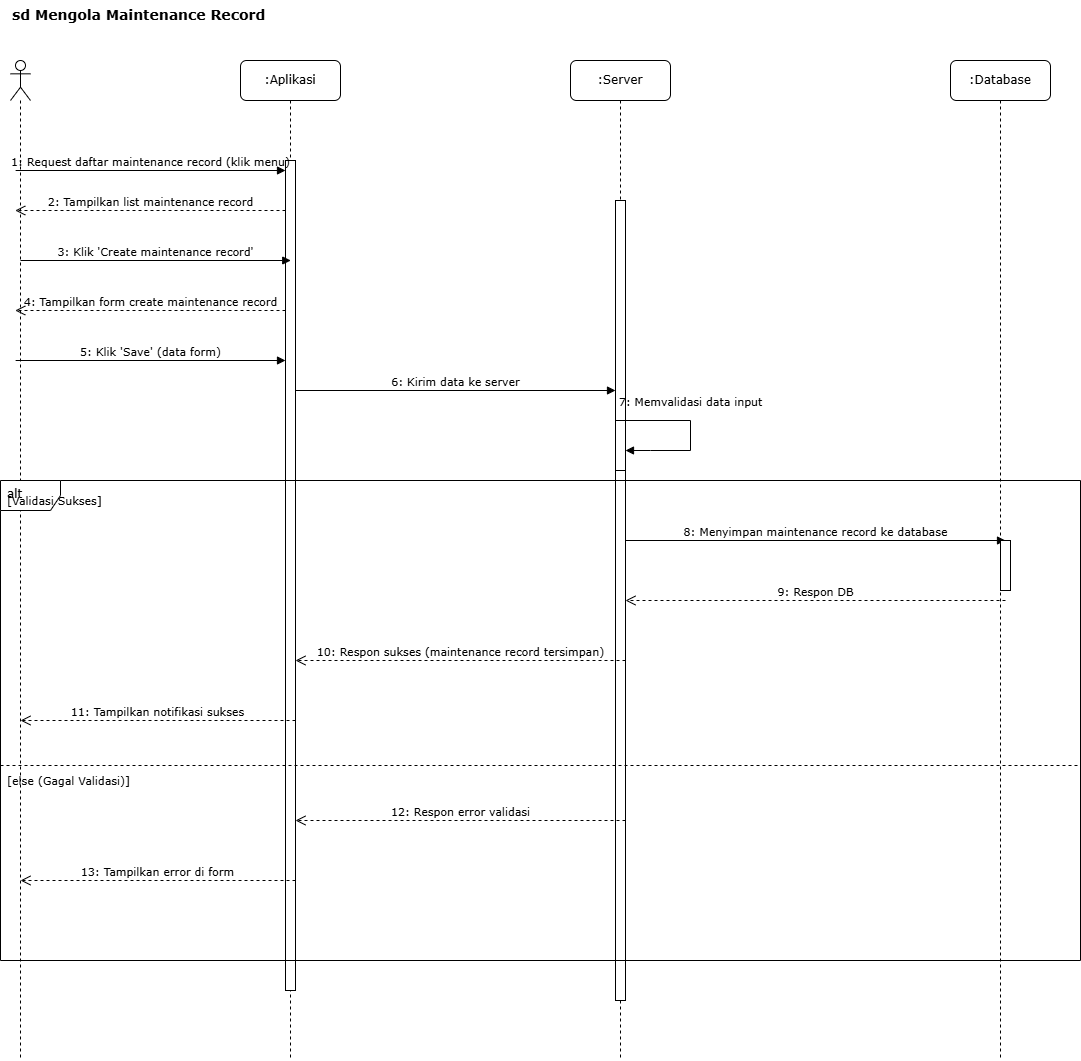
Before: Diagram/sequence-diagram-skripsi-membuat-catatan-maintenance.drawio.png, a diagram exported from draw.io (Rizz404/SKRIPSI_V2). Source tidied: cells renumbered, new cells last; positions are measured from the earlier drawing's top-left corner, leaving out a move shared by most shapes.
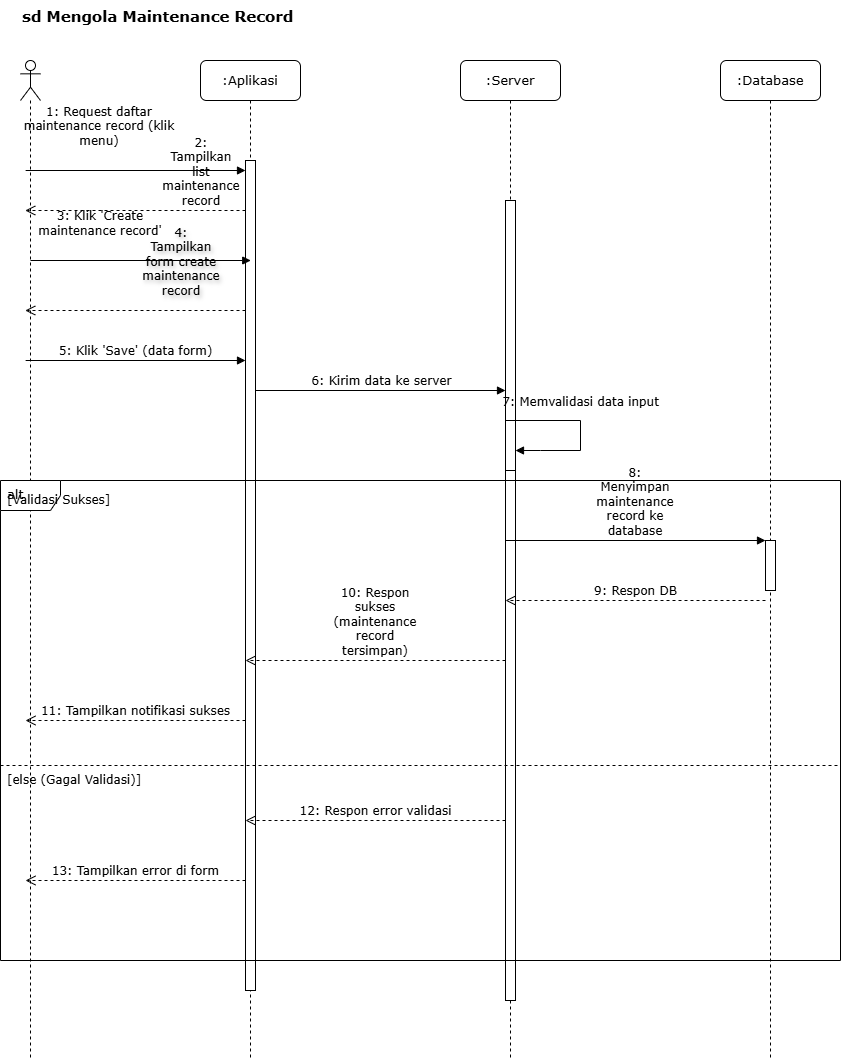
After the change.

Change to the diagram source:
```diff
@@ -2,128 +2,128 @@
   <root>
     <mxCell id="0" />
     <mxCell id="1" parent="0" />
-    <mxCell id="2" value="sd Mengola Maintenance Record" style="text;html=1;strokeColor=none;fillColor=none;align=left;verticalAlign=top;whiteSpace=wrap;rounded=0;fontFamily=Verdana;fontSize=14;fontStyle=1;" parent="1" vertex="1">
-      <mxGeometry x="10" width="500" height="30" as="geometry" />
+    <mxCell id="2" value="sd Mengola Maintenance Record" style="text;html=1;strokeColor=none;fillColor=none;align=left;verticalAlign=top;whiteSpace=wrap;rounded=0;fontFamily=Verdana;fontSize=15;fontStyle=1;" parent="1" vertex="1">
+      <mxGeometry x="-70" width="500" height="30" as="geometry" />
     </mxCell>
     <mxCell id="3" style="shape=umlLifeline;perimeter=lifelinePerimeter;whiteSpace=wrap;html=1;newEdgeStyle={&quot;curved&quot;:0,&quot;rounded&quot;:0};participant=umlActor;" parent="1" vertex="1">
-      <mxGeometry x="10" y="60" width="20" height="1000" as="geometry" />
+      <mxGeometry x="-70" y="60" width="20" height="1000" as="geometry" />
     </mxCell>
-    <mxCell id="4" value=":Aplikasi" style="shape=umlLifeline;perimeter=lifelinePerimeter;whiteSpace=wrap;html=1;rounded=1;shadow=0;comic=0;labelBackgroundColor=none;strokeWidth=1;fontFamily=Verdana;fontSize=12;align=center;" parent="1" vertex="1">
-      <mxGeometry x="240" y="60" width="100" height="1000" as="geometry" />
+    <mxCell id="4" value=":Aplikasi" style="shape=umlLifeline;perimeter=lifelinePerimeter;whiteSpace=wrap;html=1;rounded=1;shadow=0;comic=0;labelBackgroundColor=none;strokeWidth=1;fontFamily=Verdana;fontSize=13;align=center;" parent="1" vertex="1">
+      <mxGeometry x="110" y="60" width="100" height="1000" as="geometry" />
     </mxCell>
-    <mxCell id="5" value=":Server" style="shape=umlLifeline;perimeter=lifelinePerimeter;whiteSpace=wrap;html=1;rounded=1;shadow=0;comic=0;labelBackgroundColor=none;strokeWidth=1;fontFamily=Verdana;fontSize=12;align=center;" parent="1" vertex="1">
-      <mxGeometry x="570" y="60" width="100" height="1000" as="geometry" />
+    <mxCell id="5" value=":Server" style="shape=umlLifeline;perimeter=lifelinePerimeter;whiteSpace=wrap;html=1;rounded=1;shadow=0;comic=0;labelBackgroundColor=none;strokeWidth=1;fontFamily=Verdana;fontSize=13;align=center;" parent="1" vertex="1">
+      <mxGeometry x="370" y="60" width="100" height="1000" as="geometry" />
     </mxCell>
     <mxCell id="6" style="html=1;perimeter=orthogonalPerimeter;fillColor=#ffffff;strokeColor=#000000;strokeWidth=1;" parent="5" vertex="1">
       <mxGeometry x="45" y="140" width="10" height="800" as="geometry" />
     </mxCell>
-    <mxCell id="7" value=":Database" style="shape=umlLifeline;perimeter=lifelinePerimeter;whiteSpace=wrap;html=1;rounded=1;shadow=0;comic=0;labelBackgroundColor=none;strokeWidth=1;fontFamily=Verdana;fontSize=12;align=center;" parent="1" vertex="1">
-      <mxGeometry x="950" y="60" width="100" height="1000" as="geometry" />
+    <mxCell id="7" value=":Database" style="shape=umlLifeline;perimeter=lifelinePerimeter;whiteSpace=wrap;html=1;rounded=1;shadow=0;comic=0;labelBackgroundColor=none;strokeWidth=1;fontFamily=Verdana;fontSize=13;align=center;" parent="1" vertex="1">
+      <mxGeometry x="630" y="60" width="100" height="1000" as="geometry" />
     </mxCell>
     <mxCell id="8" style="html=1;perimeter=orthogonalPerimeter;fillColor=#ffffff;strokeColor=#000000;strokeWidth=1;" parent="1" vertex="1">
-      <mxGeometry x="285" y="160" width="10" height="830" as="geometry" />
+      <mxGeometry x="155" y="160" width="10" height="830" as="geometry" />
     </mxCell>
-    <mxCell id="9" value="1: Request daftar maintenance record (klik menu)" style="html=1;verticalAlign=bottom;labelBackgroundColor=none;endArrow=block;rounded=0;fontFamily=Verdana;fontSize=11;" parent="1" edge="1">
-      <mxGeometry relative="1" as="geometry">
-        <mxPoint x="15.1" y="170" as="sourcePoint" />
-        <mxPoint x="285" y="170" as="targetPoint" />
+    <mxCell id="9" value="1: Request daftar maintenance record (klik menu)" style="html=1;verticalAlign=bottom;labelBackgroundColor=none;endArrow=block;rounded=0;fontFamily=Verdana;fontSize=12;whiteSpace=wrap;" parent="1" edge="1">
+      <mxGeometry x="-0.32" y="20" relative="1" as="geometry">
+        <mxPoint x="-64.9" y="170" as="sourcePoint" />
+        <mxPoint x="155" y="170" as="targetPoint" />
       </mxGeometry>
     </mxCell>
-    <mxCell id="10" value="2: Tampilkan list maintenance record" style="html=1;verticalAlign=bottom;endArrow=open;dashed=1;endSize=8;labelBackgroundColor=none;fontFamily=Verdana;fontSize=11;" parent="1" edge="1">
-      <mxGeometry relative="1" as="geometry">
-        <mxPoint x="285" y="210" as="sourcePoint" />
-        <mxPoint x="14.8" y="210" as="targetPoint" />
+    <mxCell id="10" value="2: Tampilkan list maintenance record" style="html=1;verticalAlign=bottom;endArrow=open;dashed=1;endSize=8;labelBackgroundColor=none;fontFamily=Verdana;fontSize=12;whiteSpace=wrap;" parent="1" edge="1">
+      <mxGeometry x="-0.59" relative="1" as="geometry">
+        <mxPoint x="155" y="210" as="sourcePoint" />
+        <mxPoint x="-65.2" y="210" as="targetPoint" />
       </mxGeometry>
     </mxCell>
-    <mxCell id="11" value="3: Klik 'Create maintenance record'" style="html=1;verticalAlign=bottom;labelBackgroundColor=none;endArrow=block;rounded=0;fontFamily=Verdana;fontSize=11;" parent="1" edge="1">
-      <mxGeometry relative="1" as="geometry">
-        <mxPoint x="20" y="260" as="sourcePoint" />
-        <mxPoint x="290.2" y="260" as="targetPoint" />
+    <mxCell id="11" value="3: Klik 'Create maintenance record'" style="html=1;verticalAlign=bottom;labelBackgroundColor=none;endArrow=block;rounded=0;fontFamily=Verdana;fontSize=12;whiteSpace=wrap;" parent="1" edge="1">
+      <mxGeometry x="-0.36" y="20" relative="1" as="geometry">
+        <mxPoint x="-60" y="260" as="sourcePoint" />
+        <mxPoint x="160.2" y="260" as="targetPoint" />
       </mxGeometry>
     </mxCell>
-    <mxCell id="12" value="4: Tampilkan form create maintenance record" style="html=1;verticalAlign=bottom;endArrow=open;dashed=1;endSize=8;labelBackgroundColor=none;fontFamily=Verdana;fontSize=11;" parent="1" edge="1">
-      <mxGeometry relative="1" as="geometry">
-        <mxPoint x="285" y="310" as="sourcePoint" />
-        <mxPoint x="14.8" y="310" as="targetPoint" />
+    <mxCell id="12" value="4: Tampilkan form create maintenance record" style="html=1;verticalAlign=bottom;endArrow=open;dashed=1;endSize=8;labelBackgroundColor=none;fontFamily=Verdana;fontSize=12;whiteSpace=wrap;textShadow=1;" parent="1" edge="1">
+      <mxGeometry x="-0.41" y="-10" relative="1" as="geometry">
+        <mxPoint x="155" y="310" as="sourcePoint" />
+        <mxPoint x="-65.2" y="310" as="targetPoint" />
       </mxGeometry>
     </mxCell>
-    <mxCell id="13" value="5: Klik 'Save' (data form)" style="html=1;verticalAlign=bottom;labelBackgroundColor=none;endArrow=block;rounded=0;fontFamily=Verdana;fontSize=11;" parent="1" edge="1">
+    <mxCell id="13" value="5: Klik 'Save' (data form)" style="html=1;verticalAlign=bottom;labelBackgroundColor=none;endArrow=block;rounded=0;fontFamily=Verdana;fontSize=12;" parent="1" edge="1">
       <mxGeometry relative="1" as="geometry">
-        <mxPoint x="15.1" y="360" as="sourcePoint" />
-        <mxPoint x="285" y="360" as="targetPoint" />
+        <mxPoint x="-64.9" y="360" as="sourcePoint" />
+        <mxPoint x="155" y="360" as="targetPoint" />
       </mxGeometry>
     </mxCell>
-    <mxCell id="14" value="6: Kirim data ke server" style="html=1;verticalAlign=bottom;endArrow=block;labelBackgroundColor=none;fontFamily=Verdana;fontSize=11;" parent="1" edge="1">
+    <mxCell id="14" value="6: Kirim data ke server" style="html=1;verticalAlign=bottom;endArrow=block;labelBackgroundColor=none;fontFamily=Verdana;fontSize=12;" parent="1" edge="1">
       <mxGeometry relative="1" as="geometry">
-        <mxPoint x="295" y="390" as="sourcePoint" />
-        <mxPoint x="615" y="390" as="targetPoint" />
+        <mxPoint x="165" y="390" as="sourcePoint" />
+        <mxPoint x="415" y="390" as="targetPoint" />
       </mxGeometry>
     </mxCell>
     <mxCell id="15" style="html=1;perimeter=orthogonalPerimeter;fillColor=#ffffff;strokeColor=#000000;strokeWidth=1;" parent="1" vertex="1">
-      <mxGeometry x="615" y="420" width="10" height="50" as="geometry" />
+      <mxGeometry x="415" y="420" width="10" height="50" as="geometry" />
     </mxCell>
-    <mxCell id="16" value="7: Memvalidasi data input" style="html=1;verticalAlign=bottom;endArrow=block;curved=0;labelBackgroundColor=none;fontFamily=Verdana;fontSize=11;rounded=0;" parent="1" edge="1">
+    <mxCell id="16" value="7: Memvalidasi data input" style="html=1;verticalAlign=bottom;endArrow=block;curved=0;labelBackgroundColor=none;fontFamily=Verdana;fontSize=12;rounded=0;" parent="1" edge="1">
       <mxGeometry x="-0.12" y="-10" relative="1" as="geometry">
-        <mxPoint x="615" y="420" as="sourcePoint" />
-        <mxPoint x="625" y="450" as="targetPoint" />
+        <mxPoint x="415" y="420" as="sourcePoint" />
+        <mxPoint x="425" y="450" as="targetPoint" />
         <Array as="points">
-          <mxPoint x="690" y="420" />
-          <mxPoint x="690" y="450" />
-          <mxPoint x="650" y="450" />
+          <mxPoint x="490" y="420" />
+          <mxPoint x="490" y="450" />
+          <mxPoint x="450" y="450" />
         </Array>
         <mxPoint x="10" y="-10" as="offset" />
       </mxGeometry>
     </mxCell>
-    <mxCell id="17" value="alt" style="shape=umlFrame;whiteSpace=wrap;html=1;verticalAlign=top;align=left;spacingLeft=5;fontFamily=Verdana;fontSize=12;" parent="1" vertex="1">
-      <mxGeometry y="480" width="1080" height="480" as="geometry" />
+    <mxCell id="17" value="alt" style="shape=umlFrame;whiteSpace=wrap;html=1;verticalAlign=top;align=left;spacingLeft=5;fontFamily=Verdana;fontSize=13;" parent="1" vertex="1">
+      <mxGeometry x="-90" y="480" width="840" height="480" as="geometry" />
     </mxCell>
-    <mxCell id="18" value="[Validasi Sukses]" style="text;html=1;align=left;verticalAlign=middle;strokeColor=none;fillColor=none;fontFamily=Verdana;fontSize=11;" parent="17" vertex="1">
-      <mxGeometry x="5" y="5" width="110" height="30" as="geometry" />
+    <mxCell id="18" value="[Validasi Sukses]" style="text;html=1;align=left;verticalAlign=middle;strokeColor=none;fillColor=none;fontFamily=Verdana;fontSize=12;" parent="17" vertex="1">
+      <mxGeometry x="5" y="5" width="120" height="30" as="geometry" />
     </mxCell>
-    <mxCell id="19" value="8: Menyimpan maintenance record ke database" style="html=1;verticalAlign=bottom;endArrow=block;labelBackgroundColor=none;fontFamily=Verdana;fontSize=11;" parent="17" edge="1">
+    <mxCell id="19" value="8: Menyimpan maintenance record ke database" style="html=1;verticalAlign=bottom;endArrow=block;labelBackgroundColor=none;fontFamily=Verdana;fontSize=12;whiteSpace=wrap;" parent="17" edge="1">
       <mxGeometry relative="1" as="geometry">
-        <mxPoint x="625" y="60" as="sourcePoint" />
-        <mxPoint x="1005" y="60" as="targetPoint" />
+        <mxPoint x="505" y="60" as="sourcePoint" />
+        <mxPoint x="765" y="60" as="targetPoint" />
       </mxGeometry>
     </mxCell>
-    <mxCell id="20" value="9: Respon DB" style="html=1;verticalAlign=bottom;endArrow=open;dashed=1;endSize=8;labelBackgroundColor=none;fontFamily=Verdana;fontSize=11;" parent="17" edge="1">
+    <mxCell id="20" value="9: Respon DB" style="html=1;verticalAlign=bottom;endArrow=open;dashed=1;endSize=8;labelBackgroundColor=none;fontFamily=Verdana;fontSize=12;" parent="17" edge="1">
       <mxGeometry relative="1" as="geometry">
-        <mxPoint x="1005" y="120" as="sourcePoint" />
-        <mxPoint x="625" y="120" as="targetPoint" />
+        <mxPoint x="765" y="120" as="sourcePoint" />
+        <mxPoint x="505" y="120" as="targetPoint" />
       </mxGeometry>
     </mxCell>
-    <mxCell id="21" value="10: Respon sukses (maintenance record tersimpan)" style="html=1;verticalAlign=bottom;endArrow=open;dashed=1;endSize=8;labelBackgroundColor=none;fontFamily=Verdana;fontSize=11;" parent="17" edge="1">
+    <mxCell id="21" value="10: Respon sukses (maintenance record tersimpan)" style="html=1;verticalAlign=bottom;endArrow=open;dashed=1;endSize=8;labelBackgroundColor=none;fontFamily=Verdana;fontSize=12;whiteSpace=wrap;" parent="17" edge="1">
       <mxGeometry relative="1" as="geometry">
-        <mxPoint x="625" y="180" as="sourcePoint" />
-        <mxPoint x="295" y="180" as="targetPoint" />
+        <mxPoint x="505" y="180" as="sourcePoint" />
+        <mxPoint x="245" y="180" as="targetPoint" />
       </mxGeometry>
     </mxCell>
-    <mxCell id="22" value="11: Tampilkan notifikasi sukses" style="html=1;verticalAlign=bottom;endArrow=open;dashed=1;endSize=8;labelBackgroundColor=none;fontFamily=Verdana;fontSize=11;" parent="17" edge="1">
+    <mxCell id="22" value="11: Tampilkan notifikasi sukses" style="html=1;verticalAlign=bottom;endArrow=open;dashed=1;endSize=8;labelBackgroundColor=none;fontFamily=Verdana;fontSize=12;" parent="17" edge="1">
       <mxGeometry relative="1" as="geometry">
-        <mxPoint x="295" y="240" as="sourcePoint" />
-        <mxPoint x="20" y="240" as="targetPoint" />
+        <mxPoint x="245" y="240" as="sourcePoint" />
+        <mxPoint x="25" y="240" as="targetPoint" />
       </mxGeometry>
     </mxCell>
     <mxCell id="23" style="line;html=1;strokeWidth=1;dashed=1;align=center;verticalAlign=middle;" parent="17" vertex="1">
-      <mxGeometry y="280" width="1080" height="10" as="geometry" />
+      <mxGeometry y="280" width="840" height="10" as="geometry" />
     </mxCell>
-    <mxCell id="24" value="[else (Gagal Validasi)]" style="text;html=1;align=left;verticalAlign=middle;strokeColor=none;fillColor=none;fontFamily=Verdana;fontSize=11;" parent="17" vertex="1">
-      <mxGeometry x="5" y="285" width="140" height="30" as="geometry" />
+    <mxCell id="24" value="[else (Gagal Validasi)]" style="text;html=1;align=left;verticalAlign=middle;strokeColor=none;fillColor=none;fontFamily=Verdana;fontSize=12;" parent="17" vertex="1">
+      <mxGeometry x="5" y="285" width="150" height="30" as="geometry" />
     </mxCell>
-    <mxCell id="25" value="12: Respon error validasi" style="html=1;verticalAlign=bottom;endArrow=open;dashed=1;endSize=8;labelBackgroundColor=none;fontFamily=Verdana;fontSize=11;" parent="17" edge="1">
+    <mxCell id="25" value="12: Respon error validasi" style="html=1;verticalAlign=bottom;endArrow=open;dashed=1;endSize=8;labelBackgroundColor=none;fontFamily=Verdana;fontSize=12;" parent="17" edge="1">
       <mxGeometry relative="1" as="geometry">
-        <mxPoint x="625" y="340" as="sourcePoint" />
-        <mxPoint x="295" y="340" as="targetPoint" />
+        <mxPoint x="505" y="340" as="sourcePoint" />
+        <mxPoint x="245" y="340" as="targetPoint" />
       </mxGeometry>
     </mxCell>
-    <mxCell id="26" value="13: Tampilkan error di form" style="html=1;verticalAlign=bottom;endArrow=open;dashed=1;endSize=8;labelBackgroundColor=none;fontFamily=Verdana;fontSize=11;" parent="17" edge="1">
+    <mxCell id="26" value="13: Tampilkan error di form" style="html=1;verticalAlign=bottom;endArrow=open;dashed=1;endSize=8;labelBackgroundColor=none;fontFamily=Verdana;fontSize=12;" parent="17" edge="1">
       <mxGeometry relative="1" as="geometry">
-        <mxPoint x="295" y="400" as="sourcePoint" />
-        <mxPoint x="20" y="400" as="targetPoint" />
+        <mxPoint x="245" y="400" as="sourcePoint" />
+        <mxPoint x="25" y="400" as="targetPoint" />
       </mxGeometry>
     </mxCell>
     <mxCell id="27" style="html=1;perimeter=orthogonalPerimeter;fillColor=#ffffff;strokeColor=#000000;strokeWidth=1;" parent="17" vertex="1">
-      <mxGeometry x="1000" y="60" width="10" height="50" as="geometry" />
+      <mxGeometry x="765" y="60" width="10" height="50" as="geometry" />
     </mxCell>
   </root>
 </mxGraphModel>
```
